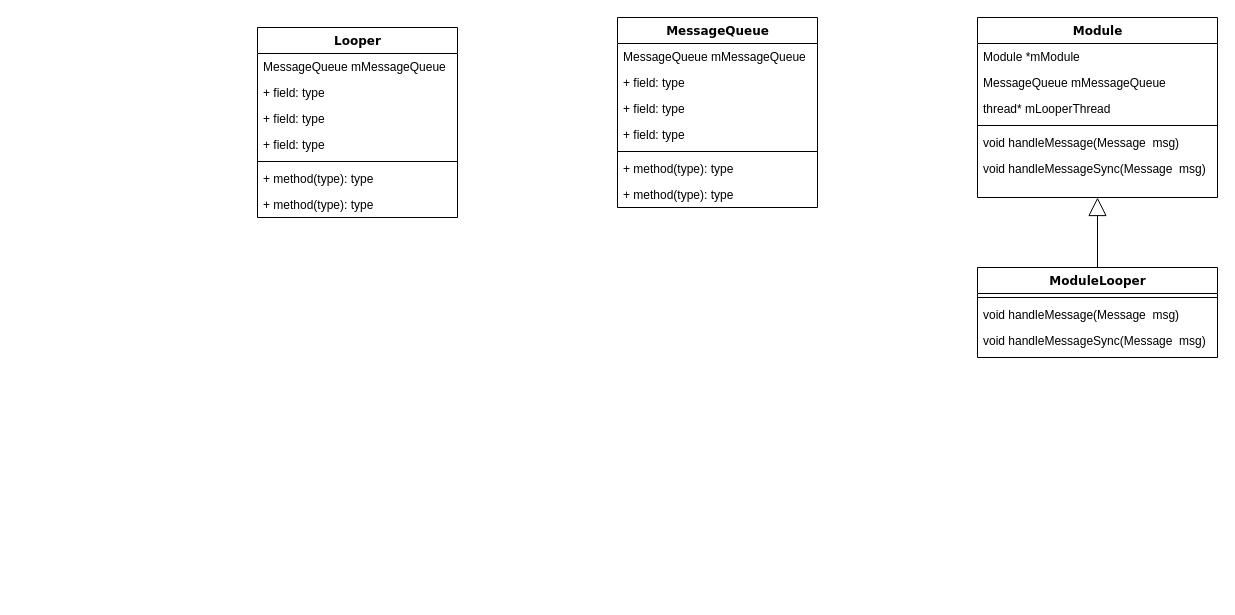
borlandong/diagrams keeps this draw.io diagram as qcril.drawio. Above is the earlier version. Source tidied: cells renumbered, new cells numbered last; positions are measured from the earlier drawing's top-left corner, leaving out a move shared by most shapes. Both pictures are drawn from the tidied source at 100%, with x=0, y=0 at pixel (257, 17).
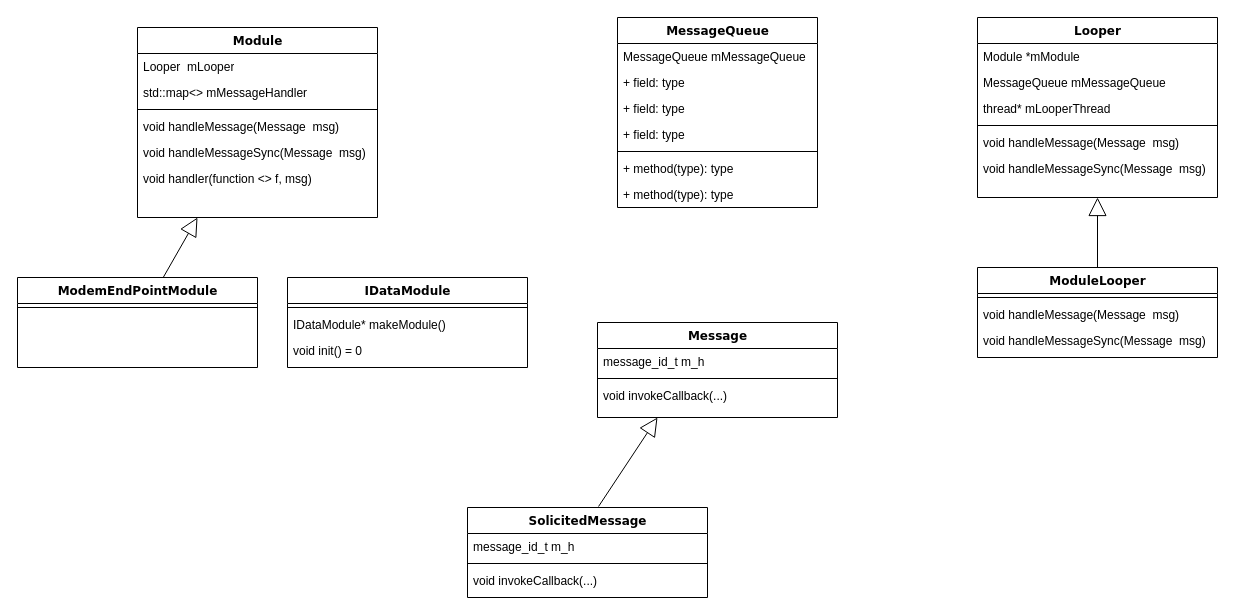
The same diagram, later.

Change to the diagram source:
```diff
@@
-    <mxCell id="2" value="Looper" style="swimlane;html=1;fontStyle=1;align=center;verticalAlign=top;horizontal=1;startSize=26;swimlaneFillColor=#ffffff;rounded=0;shadow=0;comic=0;labelBackgroundColor=none;strokeWidth=1;fillColor=none;fontFamily=Verdana;fontSize=12;" parent="1" vertex="1">
-      <mxGeometry y="10" width="200" height="190" as="geometry" />
+    <mxCell id="2" value="Module" style="swimlane;html=1;fontStyle=1;align=center;verticalAlign=top;horizontal=1;startSize=26;swimlaneFillColor=#ffffff;rounded=0;shadow=0;comic=0;labelBackgroundColor=none;strokeWidth=1;fillColor=none;fontFamily=Verdana;fontSize=12;" parent="1" vertex="1">
+      <mxGeometry x="-120" y="10" width="240" height="190" as="geometry" />
     </mxCell>
-    <mxCell id="3" value="MessageQueue mMessageQueue" style="text;html=1;strokeColor=none;fillColor=none;align=left;verticalAlign=top;spacingLeft=4;spacingRight=4;whiteSpace=wrap;overflow=hidden;" parent="2" vertex="1">
-      <mxGeometry y="26" width="200" height="26" as="geometry" />
+    <mxCell id="3" value="Looper&amp;nbsp; mLooper" style="text;html=1;strokeColor=none;fillColor=none;align=left;verticalAlign=top;spacingLeft=4;spacingRight=4;whiteSpace=wrap;overflow=hidden;" parent="2" vertex="1">
+      <mxGeometry y="26" width="240" height="26" as="geometry" />
     </mxCell>
-    <mxCell id="4" value="+ field: type" style="text;html=1;strokeColor=none;fillColor=none;align=left;verticalAlign=top;spacingLeft=4;spacingRight=4;whiteSpace=wrap;overflow=hidden;" parent="2" vertex="1">
-      <mxGeometry y="52" width="200" height="26" as="geometry" />
+    <mxCell id="4" value="std::map&amp;lt;&amp;gt;&amp;nbsp;mMessageHandler" style="text;html=1;strokeColor=none;fillColor=none;align=left;verticalAlign=top;spacingLeft=4;spacingRight=4;whiteSpace=wrap;overflow=hidden;" parent="2" vertex="1">
+      <mxGeometry y="52" width="240" height="26" as="geometry" />
     </mxCell>
-    <mxCell id="5" value="+ field: type" style="text;html=1;strokeColor=none;fillColor=none;align=left;verticalAlign=top;spacingLeft=4;spacingRight=4;whiteSpace=wrap;overflow=hidden;" parent="2" vertex="1">
-      <mxGeometry y="78" width="200" height="26" as="geometry" />
-    </mxCell>
-    <mxCell id="6" value="+ field: type" style="text;html=1;strokeColor=none;fillColor=none;align=left;verticalAlign=top;spacingLeft=4;spacingRight=4;whiteSpace=wrap;overflow=hidden;" parent="2" vertex="1">
-      <mxGeometry y="104" width="200" height="26" as="geometry" />
-    </mxCell>
     <mxCell id="7" style="line;html=1;strokeWidth=1;fillColor=none;align=left;verticalAlign=middle;spacingTop=-1;spacingLeft=3;spacingRight=3;labelPosition=right;" parent="2" vertex="1">
-      <mxGeometry y="130" width="200" height="8" as="geometry" />
+      <mxGeometry y="78" width="240" height="8" as="geometry" />
     </mxCell>
-    <mxCell id="8" value="+ method(type): type" style="text;html=1;strokeColor=none;fillColor=none;align=left;verticalAlign=top;spacingLeft=4;spacingRight=4;whiteSpace=wrap;overflow=hidden;" parent="2" vertex="1">
-      <mxGeometry y="138" width="200" height="26" as="geometry" />
+    <mxCell id="8" value="void handleMessage(Message&amp;nbsp; msg)" style="text;html=1;strokeColor=none;fillColor=none;align=left;verticalAlign=top;spacingLeft=4;spacingRight=4;whiteSpace=wrap;overflow=hidden;" parent="2" vertex="1">
+      <mxGeometry y="86" width="240" height="26" as="geometry" />
     </mxCell>
-    <mxCell id="9" value="+ method(type): type" style="text;html=1;strokeColor=none;fillColor=none;align=left;verticalAlign=top;spacingLeft=4;spacingRight=4;whiteSpace=wrap;overflow=hidden;" parent="2" vertex="1">
-      <mxGeometry y="164" width="200" height="26" as="geometry" />
+    <mxCell id="9" value="void handleMessageSync(Message&amp;nbsp; msg)" style="text;html=1;strokeColor=none;fillColor=none;align=left;verticalAlign=top;spacingLeft=4;spacingRight=4;whiteSpace=wrap;overflow=hidden;" parent="2" vertex="1">
+      <mxGeometry y="112" width="240" height="26" as="geometry" />
     </mxCell>
+    <mxCell id="30" value="void handler(function &amp;lt;&amp;gt; f, msg)" style="text;html=1;strokeColor=none;fillColor=none;align=left;verticalAlign=top;spacingLeft=4;spacingRight=4;whiteSpace=wrap;overflow=hidden;" parent="2" vertex="1">
+      <mxGeometry y="138" width="240" height="26" as="geometry" />
+    </mxCell>
@@
-    <mxCell id="18" value="Module" style="swimlane;html=1;fontStyle=1;align=center;verticalAlign=top;horizontal=1;startSize=26;swimlaneFillColor=#ffffff;rounded=0;shadow=0;comic=0;labelBackgroundColor=none;strokeWidth=1;fillColor=none;fontFamily=Verdana;fontSize=12;" parent="1" vertex="1">
+    <mxCell id="18" value="Looper" style="swimlane;html=1;fontStyle=1;align=center;verticalAlign=top;horizontal=1;startSize=26;swimlaneFillColor=#ffffff;rounded=0;shadow=0;comic=0;labelBackgroundColor=none;strokeWidth=1;fillColor=none;fontFamily=Verdana;fontSize=12;" parent="1" vertex="1">
       <mxGeometry x="720" width="240" height="180" as="geometry" />
     </mxCell>
@@
+    <mxCell id="31" value="Message" style="swimlane;html=1;fontStyle=1;align=center;verticalAlign=top;horizontal=1;startSize=26;swimlaneFillColor=#ffffff;rounded=0;shadow=0;comic=0;labelBackgroundColor=none;strokeWidth=1;fillColor=none;fontFamily=Verdana;fontSize=12;" parent="1" vertex="1">
+      <mxGeometry x="340" y="305" width="240" height="95" as="geometry" />
+    </mxCell>
+    <mxCell id="32" value="message_id_t m_h" style="text;html=1;strokeColor=none;fillColor=none;align=left;verticalAlign=top;spacingLeft=4;spacingRight=4;whiteSpace=wrap;overflow=hidden;" parent="31" vertex="1">
+      <mxGeometry y="26" width="240" height="26" as="geometry" />
+    </mxCell>
+    <mxCell id="33" style="line;html=1;strokeWidth=1;fillColor=none;align=left;verticalAlign=middle;spacingTop=-1;spacingLeft=3;spacingRight=3;labelPosition=right;" parent="31" vertex="1">
+      <mxGeometry y="52" width="240" height="8" as="geometry" />
+    </mxCell>
+    <mxCell id="34" value="void invokeCallback(...)" style="text;html=1;strokeColor=none;fillColor=none;align=left;verticalAlign=top;spacingLeft=4;spacingRight=4;whiteSpace=wrap;overflow=hidden;" parent="31" vertex="1">
+      <mxGeometry y="60" width="240" height="26" as="geometry" />
+    </mxCell>
+    <mxCell id="35" style="edgeStyle=none;jettySize=auto;html=1;endArrow=block;endFill=0;endSize=16;entryX=0.25;entryY=1;entryDx=0;entryDy=0;exitX=0.546;exitY=-0.011;exitDx=0;exitDy=0;exitPerimeter=0;" parent="1" edge="1" source="36" target="31">
+      <mxGeometry relative="1" as="geometry" />
+    </mxCell>
+    <mxCell id="36" value="SolicitedMessage" style="swimlane;html=1;fontStyle=1;align=center;verticalAlign=top;horizontal=1;startSize=26;swimlaneFillColor=#ffffff;rounded=0;shadow=0;comic=0;labelBackgroundColor=none;strokeWidth=1;fillColor=none;fontFamily=Verdana;fontSize=12;" parent="1" vertex="1">
+      <mxGeometry x="210" y="490" width="240" height="90" as="geometry" />
+    </mxCell>
+    <mxCell id="37" value="message_id_t m_h" style="text;html=1;strokeColor=none;fillColor=none;align=left;verticalAlign=top;spacingLeft=4;spacingRight=4;whiteSpace=wrap;overflow=hidden;" parent="36" vertex="1">
+      <mxGeometry y="26" width="240" height="26" as="geometry" />
+    </mxCell>
+    <mxCell id="38" style="line;html=1;strokeWidth=1;fillColor=none;align=left;verticalAlign=middle;spacingTop=-1;spacingLeft=3;spacingRight=3;labelPosition=right;" parent="36" vertex="1">
+      <mxGeometry y="52" width="240" height="8" as="geometry" />
+    </mxCell>
+    <mxCell id="39" value="void invokeCallback(...)" style="text;html=1;strokeColor=none;fillColor=none;align=left;verticalAlign=top;spacingLeft=4;spacingRight=4;whiteSpace=wrap;overflow=hidden;" parent="36" vertex="1">
+      <mxGeometry y="60" width="240" height="26" as="geometry" />
+    </mxCell>
+    <mxCell id="40" style="edgeStyle=none;jettySize=auto;html=1;entryX=0.25;entryY=1;entryDx=0;entryDy=0;endArrow=block;endFill=0;endSize=16;" parent="1" edge="1" source="41" target="2">
+      <mxGeometry relative="1" as="geometry" />
+    </mxCell>
+    <mxCell id="41" value="ModemEndPointModule" style="swimlane;html=1;fontStyle=1;align=center;verticalAlign=top;horizontal=1;startSize=26;swimlaneFillColor=#ffffff;rounded=0;shadow=0;comic=0;labelBackgroundColor=none;strokeWidth=1;fillColor=none;fontFamily=Verdana;fontSize=12;" parent="1" vertex="1">
+      <mxGeometry x="-240" y="260" width="240" height="90" as="geometry" />
+    </mxCell>
+    <mxCell id="42" style="line;html=1;strokeWidth=1;fillColor=none;align=left;verticalAlign=middle;spacingTop=-1;spacingLeft=3;spacingRight=3;labelPosition=right;" parent="41" vertex="1">
+      <mxGeometry y="26" width="240" height="8" as="geometry" />
+    </mxCell>
+    <mxCell id="43" value="IDataModule" style="swimlane;html=1;fontStyle=1;align=center;verticalAlign=top;horizontal=1;startSize=26;swimlaneFillColor=#ffffff;rounded=0;shadow=0;comic=0;labelBackgroundColor=none;strokeWidth=1;fillColor=none;fontFamily=Verdana;fontSize=12;" parent="1" vertex="1">
+      <mxGeometry x="30" y="260" width="240" height="90" as="geometry" />
+    </mxCell>
+    <mxCell id="44" style="line;html=1;strokeWidth=1;fillColor=none;align=left;verticalAlign=middle;spacingTop=-1;spacingLeft=3;spacingRight=3;labelPosition=right;" parent="43" vertex="1">
+      <mxGeometry y="26" width="240" height="8" as="geometry" />
+    </mxCell>
+    <mxCell id="45" value="IDataModule* makeModule()" style="text;html=1;strokeColor=none;fillColor=none;align=left;verticalAlign=top;spacingLeft=4;spacingRight=4;whiteSpace=wrap;overflow=hidden;" parent="43" vertex="1">
+      <mxGeometry y="34" width="240" height="26" as="geometry" />
+    </mxCell>
+    <mxCell id="46" value="void init() = 0" style="text;html=1;strokeColor=none;fillColor=none;align=left;verticalAlign=top;spacingLeft=4;spacingRight=4;whiteSpace=wrap;overflow=hidden;" parent="43" vertex="1">
+      <mxGeometry y="60" width="240" height="26" as="geometry" />
+    </mxCell>
```
